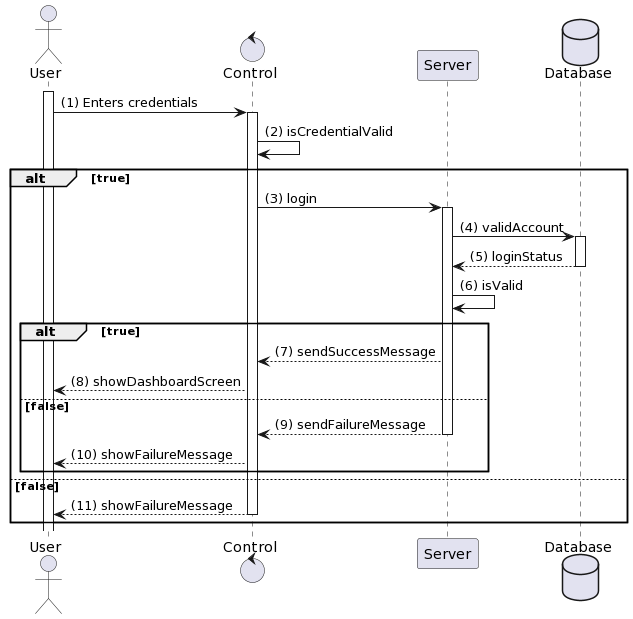
H1eu69/SE357-Pratice-class keeps this PlantUML diagram as Lab 1/Lab 1.2/sequence_diagram/login/login.png. Above is the earlier version.
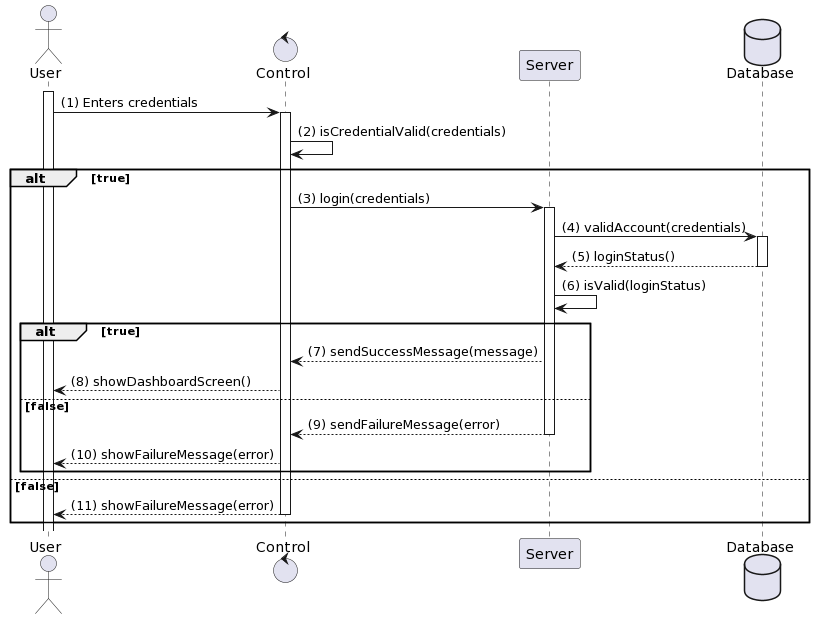
The same diagram one commit later.

What changed in the source:
```diff
@@ -7,25 +7,25 @@
 activate User
 User -> C: (1) Enters credentials
 activate C
-C -> C: (2) isCredentialValid
+C -> C: (2) isCredentialValid(credentials)
 alt true
-    C -> S: (3) login
+    C -> S: (3) login(credentials)
     activate S
-    S -> Database: (4) validAccount
+    S -> Database: (4) validAccount(credentials)
     activate Database
-    Database --> S: (5) loginStatus
+    Database --> S: (5) loginStatus()
     deactivate Database
-    S -> S: (6) isValid
+    S -> S: (6) isValid(loginStatus)
     alt true
-        S --> C: (7) sendSuccessMessage
-        C --> User: (8) showDashboardScreen
+        S --> C: (7) sendSuccessMessage(message)
+        C --> User: (8) showDashboardScreen()
     else false
-        S --> C: (9) sendFailureMessage
+        S --> C: (9) sendFailureMessage(error)
         deactivate S
-        C --> User: (10) showFailureMessage
+        C --> User: (10) showFailureMessage(error)
     end
 else false
-    C --> User: (11) showFailureMessage
+    C --> User: (11) showFailureMessage(error)
     deactivate C
 end
 @enduml
```
